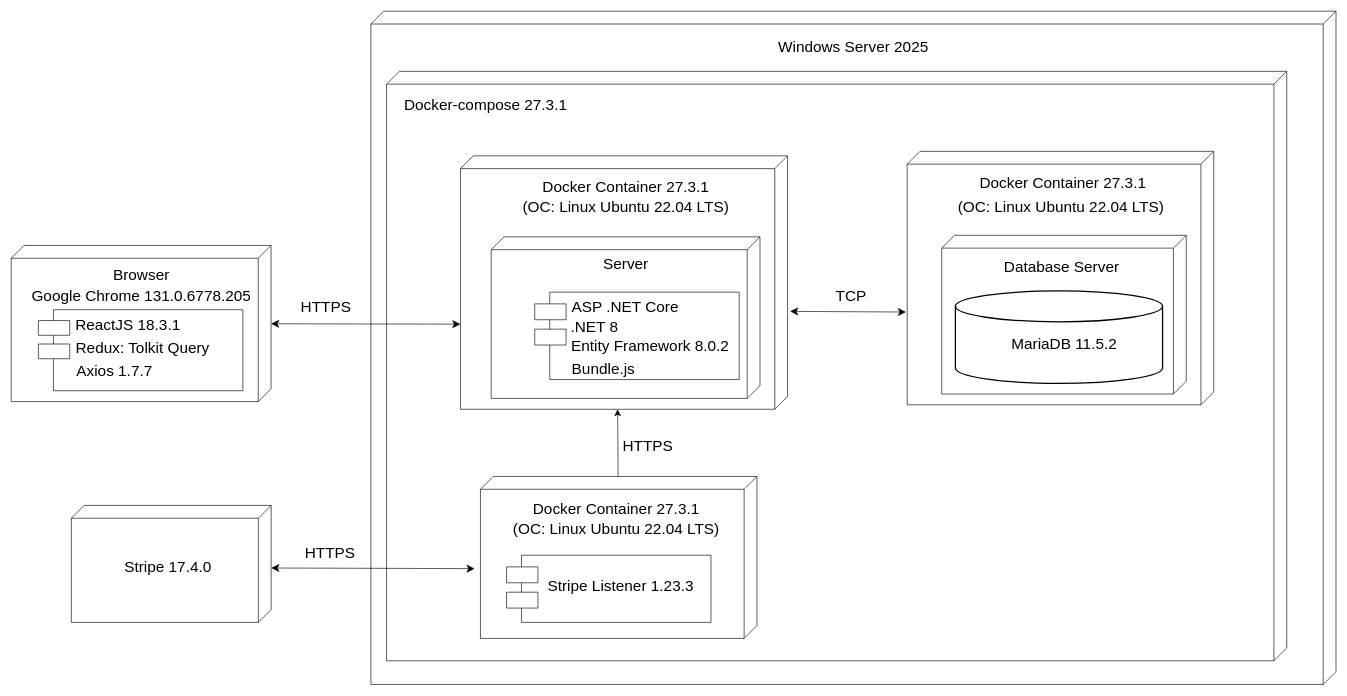
Above: Документы на практику/развёртывание.drawio in IlyhaDmi28/WorldTours (draw.io), before the change. Source tidied: cells renumbered, new cells numbered last; positions are measured from the earlier drawing's top-left corner, leaving out a move shared by most shapes. Both pictures are drawn from the tidied source at 64%, with x=0, y=0 at pixel (11, 11).
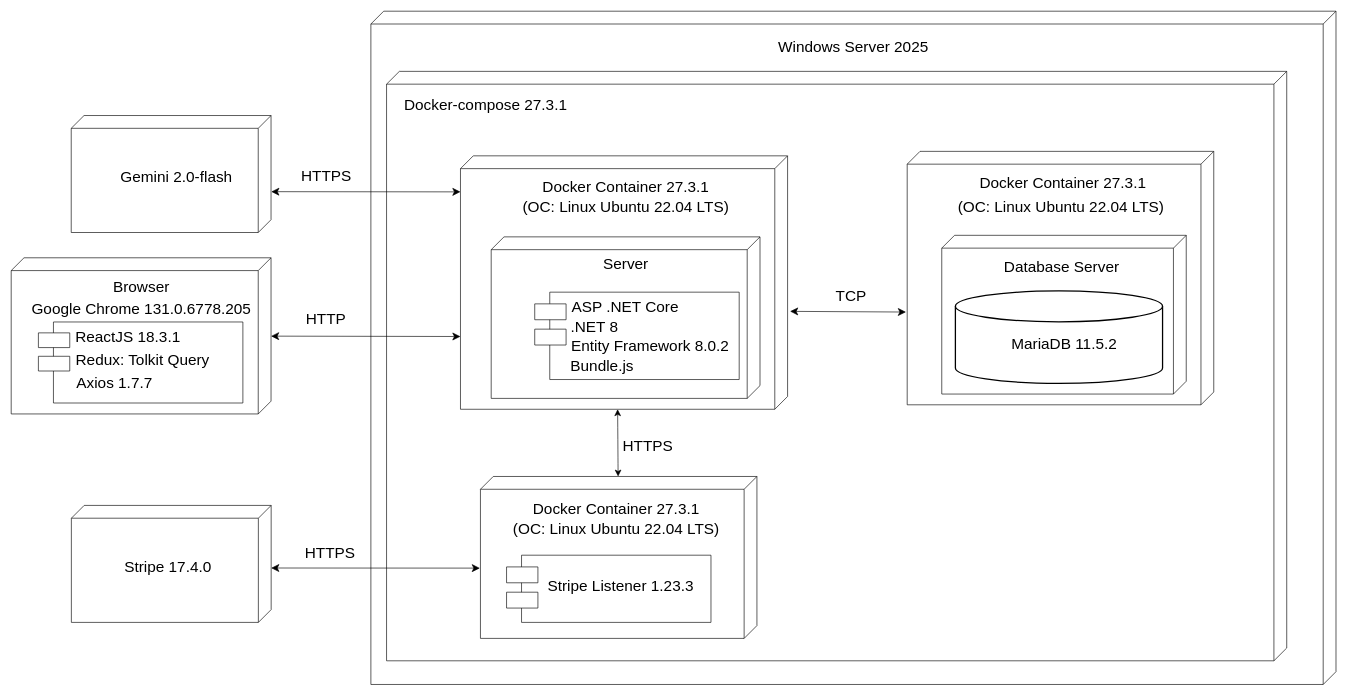
After the change.

Unchanged cells that the change refers to:
```xml
<mxCell id="18" style="shape=cube;whiteSpace=wrap;html=1;boundedLbl=1;backgroundOutline=1;darkOpacity=0;size=20;noLabel=0;shadow=0;direction=east;flipH=1;" parent="1" vertex="1">
  <mxGeometry x="702" y="226" width="511.1" height="396" as="geometry" />
</mxCell>
<mxCell id="41" style="shape=cube;whiteSpace=wrap;html=1;boundedLbl=1;backgroundOutline=1;darkOpacity=0;size=20;noLabel=0;shadow=0;direction=east;flipH=1;" parent="1" vertex="1">
  <mxGeometry x="733.2" y="727" width="432" height="253" as="geometry" />
</mxCell>
```

Change to the diagram source:
```diff
@@
     <mxCell id="7" style="shape=cube;whiteSpace=wrap;html=1;boundedLbl=1;backgroundOutline=1;darkOpacity=0;size=20;noLabel=0;shadow=0;direction=east;flipH=1;" parent="1" vertex="1">
-      <mxGeometry y="366" width="406" height="244" as="geometry" />
+      <mxGeometry y="385.3" width="406" height="244" as="geometry" />
     </mxCell>
     <mxCell id="8" value="&lt;span style=&quot;font-weight: 400;&quot;&gt;Browser&lt;/span&gt;" style="text;strokeColor=none;fillColor=none;html=1;fontSize=24;fontStyle=1;verticalAlign=middle;align=center;" parent="1" vertex="1">
-      <mxGeometry x="153" y="392" width="100" height="40" as="geometry" />
+      <mxGeometry x="153" y="411.3" width="100" height="40" as="geometry" />
     </mxCell>
     <mxCell id="9" value="&lt;span style=&quot;font-weight: 400;&quot;&gt;Google Chrome&amp;nbsp;131.0.6778.205&lt;/span&gt;" style="text;strokeColor=none;fillColor=none;html=1;fontSize=24;fontStyle=1;verticalAlign=middle;align=center;" parent="1" vertex="1">
-      <mxGeometry x="153" y="426.4" width="100" height="40" as="geometry" />
+      <mxGeometry x="153" y="445.6" width="100" height="40" as="geometry" />
     </mxCell>
     <mxCell id="10" style="group;" parent="1" vertex="1">
-      <mxGeometry x="42.5" y="466.4" width="319.5" height="126.6" as="geometry" />
+      <mxGeometry x="42.5" y="485.6" width="319.5" height="126.6" as="geometry" />
     </mxCell>
@@
     <mxCell id="37" style="rounded=0;jettySize=auto;html=1;endArrow=classic;endFill=1;startArrow=classic;startFill=1;endSize=10;startSize=10;" parent="1" edge="1" source="7">
       <mxGeometry relative="1" as="geometry">
-        <mxPoint x="702" y="489" as="targetPoint" />
+        <mxPoint x="702" y="508.3" as="targetPoint" />
       </mxGeometry>
     </mxCell>
-    <mxCell id="38" value="&lt;font style=&quot;font-size: 24px;&quot;&gt;HTTPS&lt;/font&gt;" style="text;html=1;align=center;verticalAlign=middle;whiteSpace=wrap;rounded=0;" parent="1" vertex="1">
-      <mxGeometry x="462" y="447.4" width="60" height="30" as="geometry" />
+    <mxCell id="38" value="&lt;font style=&quot;font-size: 24px;&quot;&gt;HTTP&lt;/font&gt;" style="text;html=1;align=center;verticalAlign=middle;whiteSpace=wrap;rounded=0;" parent="1" vertex="1">
+      <mxGeometry x="462" y="466.6" width="60" height="30" as="geometry" />
     </mxCell>
@@
     <mxCell id="40" value="&lt;span style=&quot;font-weight: 400;&quot;&gt;Bundle.js&lt;/span&gt;" style="text;strokeColor=none;fillColor=none;html=1;fontSize=24;fontStyle=1;verticalAlign=middle;align=center;" parent="1" vertex="1">
-      <mxGeometry x="875" y="537" width="100" height="43.1" as="geometry" />
+      <mxGeometry x="873" y="532.9" width="100" height="43.1" as="geometry" />
     </mxCell>
@@
-    <mxCell id="50" style="rounded=0;orthogonalLoop=1;jettySize=auto;html=1;endArrow=classic;endFill=1;startArrow=classic;startFill=1;endSize=10;startSize=10;" parent="1" edge="1">
+    <mxCell id="50" style="rounded=0;jettySize=auto;html=1;endArrow=classic;endFill=1;startArrow=classic;startFill=1;endSize=10;startSize=10;entryX=1.002;entryY=0.566;entryDx=0;entryDy=0;entryPerimeter=0;" parent="1" edge="1" target="41">
       <mxGeometry relative="1" as="geometry">
         <mxPoint x="406.2" y="870" as="sourcePoint" />
-        <mxPoint x="724.2" y="871" as="targetPoint" />
       </mxGeometry>
     </mxCell>
@@
-    <mxCell id="52" style="edgeStyle=none;curved=1;rounded=0;jettySize=auto;html=1;entryX=0;entryY=0;entryDx=265.55;entryDy=396;entryPerimeter=0;fontSize=12;startSize=8;endSize=8;" parent="1" edge="1" source="41" target="18">
+    <mxCell id="52" style="edgeStyle=none;curved=1;rounded=0;jettySize=auto;html=1;entryX=0;entryY=0;entryDx=265.55;entryDy=396;entryPerimeter=0;fontSize=12;startSize=8;endSize=8;startArrow=classic;startFill=1;" parent="1" edge="1" source="41" target="18">
       <mxGeometry relative="1" as="geometry" />
     </mxCell>
@@
+    <mxCell id="54" style="shape=cube;whiteSpace=wrap;html=1;boundedLbl=1;backgroundOutline=1;darkOpacity=0;size=20;noLabel=0;shadow=0;direction=east;flipH=1;" parent="1" vertex="1">
+      <mxGeometry x="93.8" y="163" width="312.2" height="182.8" as="geometry" />
+    </mxCell>
+    <mxCell id="55" value="&lt;blockquote style=&quot;margin: 0 0 0 40px; border: none; padding: 0px;&quot;&gt;&lt;span style=&quot;font-weight: 400;&quot;&gt;Gemini 2.0-flash&lt;/span&gt;&lt;/blockquote&gt;" style="text;strokeColor=none;fillColor=none;html=1;fontSize=24;fontStyle=1;verticalAlign=middle;align=left;" parent="1" vertex="1">
+      <mxGeometry x="129.2" y="237.4" width="92" height="43.1" as="geometry" />
+    </mxCell>
+    <mxCell id="56" style="rounded=0;jettySize=auto;html=1;endArrow=classic;endFill=1;startArrow=classic;startFill=1;endSize=10;startSize=10;exitX=-0.001;exitY=0.651;exitDx=0;exitDy=0;exitPerimeter=0;" parent="1" edge="1" source="54">
+      <mxGeometry relative="1" as="geometry">
+        <mxPoint x="702" y="282.3" as="targetPoint" />
+      </mxGeometry>
+    </mxCell>
+    <mxCell id="57" value="&lt;font style=&quot;font-size: 24px;&quot;&gt;HTTPS&lt;/font&gt;" style="text;html=1;align=center;verticalAlign=middle;whiteSpace=wrap;rounded=0;" parent="1" vertex="1">
+      <mxGeometry x="462.2" y="243.3" width="60.8" height="30" as="geometry" />
+    </mxCell>
```
